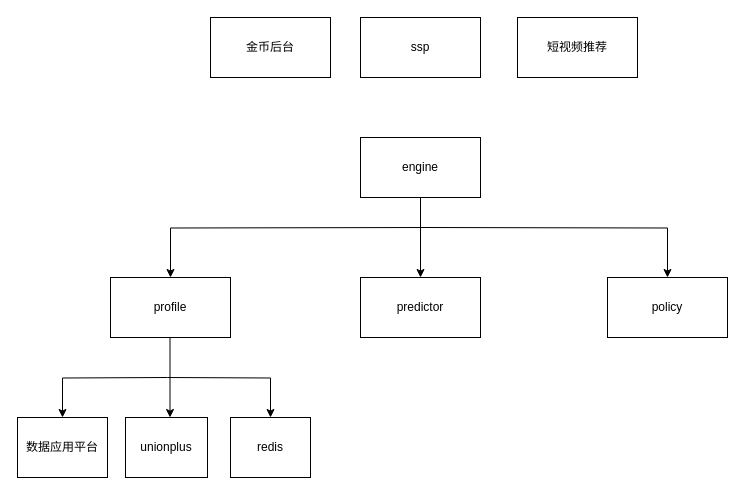
Before: engineering/算法工程架构.drawio in gydong/graphs, a draw.io diagram. Source tidied: cells renumbered, new cells numbered last; positions are measured from the earlier drawing's top-left corner, leaving out a move shared by most shapes. Both pictures are drawn from the tidied source at 100%, with x=0, y=0 at pixel (17, 17).
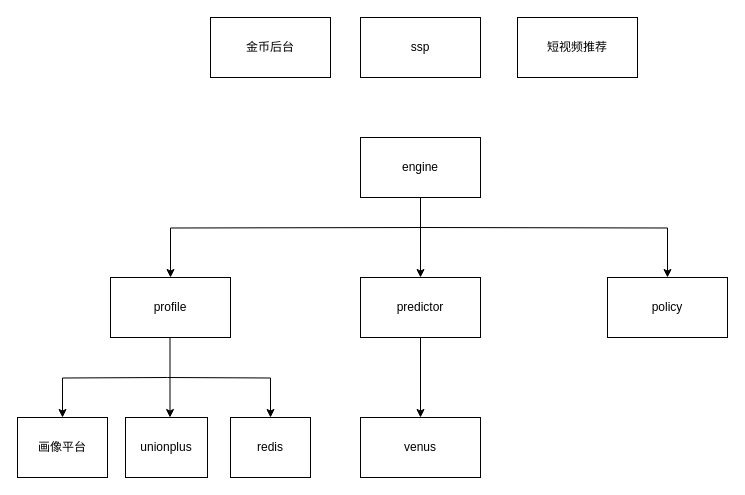
The same page after the edit.

Commit message:
更新算法工程架构.drawio

The change refers to these unchanged cells:
```xml
<mxCell id="10" value="predictor" style="rounded=0;whiteSpace=wrap;html=1;" parent="1" vertex="1">
  <mxGeometry x="343" y="260" width="120" height="60" as="geometry" />
</mxCell>
```

The edit, as a diff of the source:
```diff
@@
+    <mxCell id="18" style="edgeStyle=orthogonalEdgeStyle;rounded=0;jettySize=auto;html=1;" parent="1" edge="1" source="10" target="19">
+      <mxGeometry relative="1" as="geometry" />
+    </mxCell>
@@
-    <mxCell id="12" value="数据应用平台" style="rounded=0;whiteSpace=wrap;html=1;" parent="1" vertex="1">
+    <mxCell id="12" value="画像平台" style="rounded=0;whiteSpace=wrap;html=1;" parent="1" vertex="1">
       <mxGeometry y="400" width="90" height="60" as="geometry" />
     </mxCell>
@@
+    <mxCell id="19" value="venus" style="whiteSpace=wrap;html=1;rounded=0;" parent="1" vertex="1">
+      <mxGeometry x="343" y="400" width="120" height="60" as="geometry" />
+    </mxCell>
```
